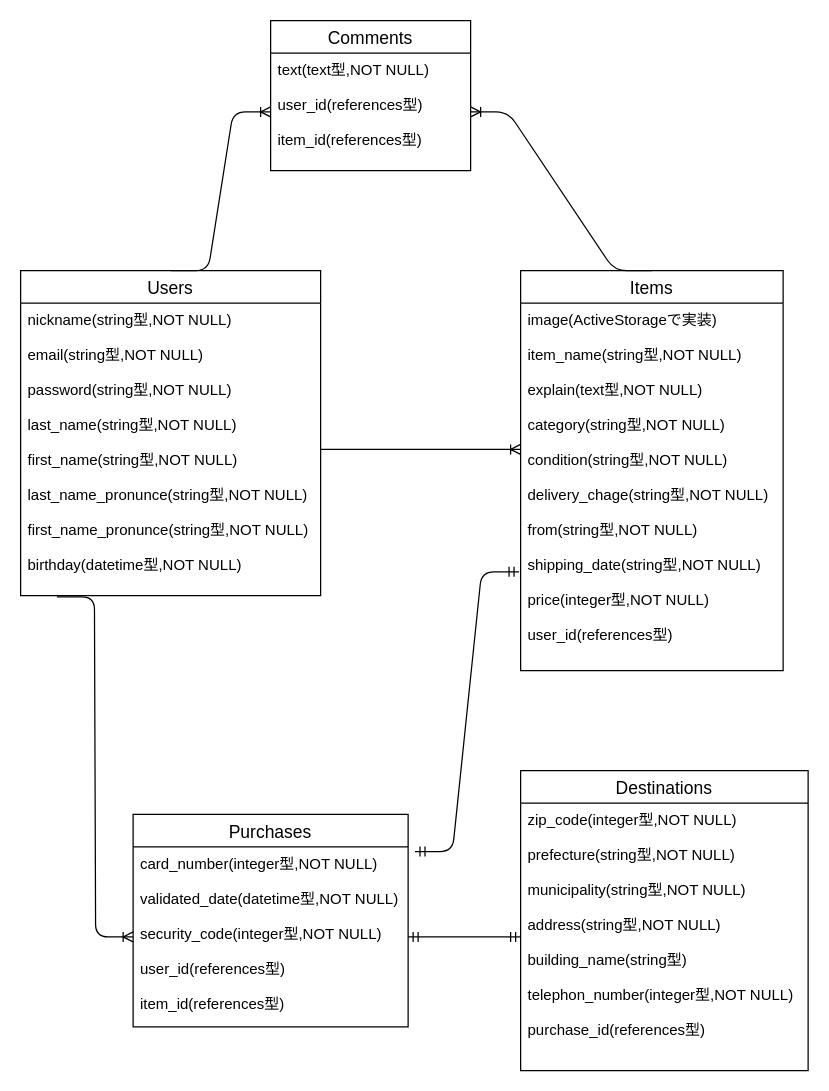
This is furima.dio from mokomoko-ogata/furima-35230, a draw.io file, before an edit. Source tidied: cells renumbered, new cells numbered last; positions are measured from the earlier drawing's top-left corner, leaving out a move shared by most shapes. Both pictures are drawn from the tidied source at 125%, with x=0, y=0 at pixel (20, 20).
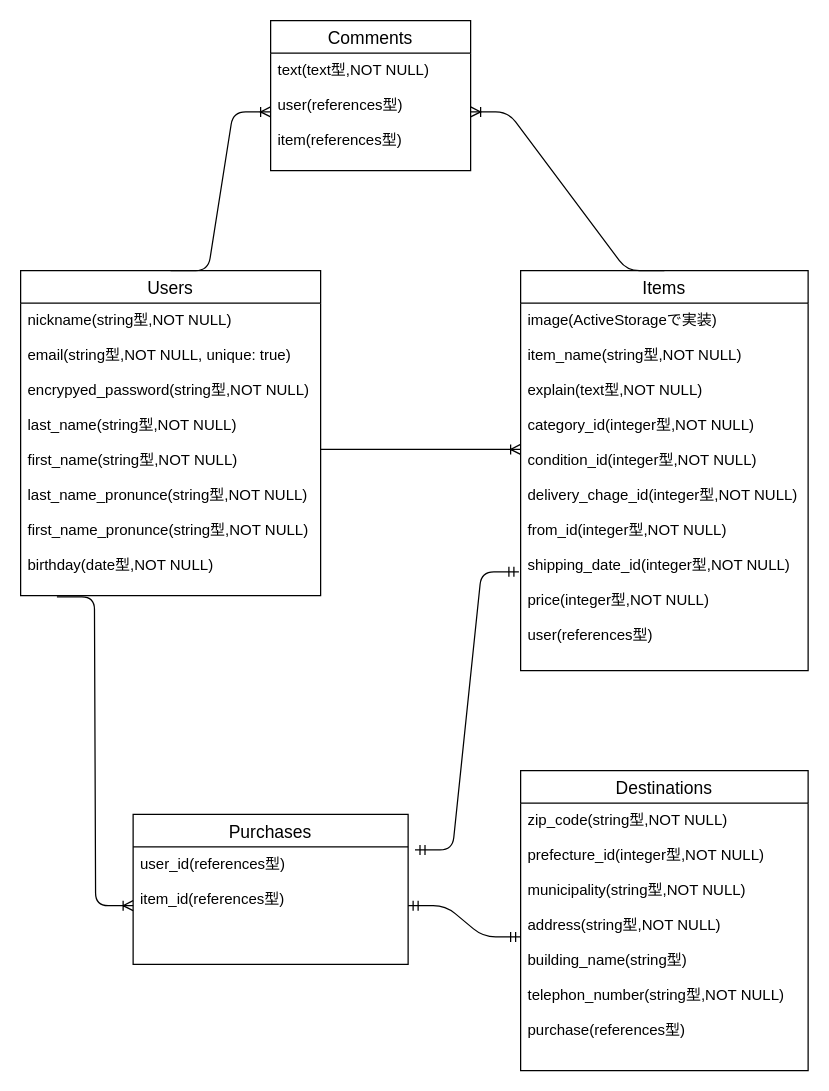
Above is the later version.

Commit message (it also covers changes not shown here):
レビューを受けて各箇所の修正

The edit, as a diff of the source:
```diff
@@
 <mxGraphModel>
   <root>
     <mxCell id="0" />
     <mxCell id="1" parent="0" />
     <mxCell id="2" value="Users" style="swimlane;fontStyle=0;horizontal=1;startSize=26;align=center;fontSize=14;" parent="1" vertex="1">
       <mxGeometry y="200" width="240" height="260" as="geometry" />
     </mxCell>
-    <mxCell id="3" value="nickname(string型,NOT NULL)&#10;&#10;email(string型,NOT NULL)&#10;&#10;password(string型,NOT NULL)&#10;&#10;last_name(string型,NOT NULL)&#10;&#10;first_name(string型,NOT NULL)&#10;&#10;last_name_pronunce(string型,NOT NULL)&#10;&#10;first_name_pronunce(string型,NOT NULL)&#10;&#10;birthday(datetime型,NOT NULL)" style="text;strokeColor=none;fillColor=none;spacingLeft=4;spacingRight=4;overflow=hidden;points=[[0,0.5],[1,0.5]];portConstraint=eastwest;fontSize=12;" parent="2" vertex="1">
+    <mxCell id="3" value="nickname(string型,NOT NULL)&#10;&#10;email(string型,NOT NULL, unique: true)&#10;&#10;encrypyed_password(string型,NOT NULL)&#10;&#10;last_name(string型,NOT NULL)&#10;&#10;first_name(string型,NOT NULL)&#10;&#10;last_name_pronunce(string型,NOT NULL)&#10;&#10;first_name_pronunce(string型,NOT NULL)&#10;&#10;birthday(date型,NOT NULL)" style="text;strokeColor=none;fillColor=none;spacingLeft=4;spacingRight=4;overflow=hidden;points=[[0,0.5],[1,0.5]];portConstraint=eastwest;fontSize=12;" parent="2" vertex="1">
       <mxGeometry y="26" width="240" height="234" as="geometry" />
     </mxCell>
     <mxCell id="4" value="Items" style="swimlane;fontStyle=0;horizontal=1;startSize=26;align=center;fontSize=14;" parent="1" vertex="1">
-      <mxGeometry x="400" y="200" width="210" height="320" as="geometry" />
+      <mxGeometry x="400" y="200" width="230" height="320" as="geometry" />
     </mxCell>
-    <mxCell id="5" value="image(ActiveStorageで実装)&#10;&#10;item_name(string型,NOT NULL)&#10;&#10;explain(text型,NOT NULL)&#10;&#10;category(string型,NOT NULL)&#10;&#10;condition(string型,NOT NULL)&#10;&#10;delivery_chage(string型,NOT NULL)&#10;&#10;from(string型,NOT NULL)&#10;&#10;shipping_date(string型,NOT NULL)&#10;&#10;price(integer型,NOT NULL)&#10;&#10;user_id(references型)" style="text;strokeColor=none;fillColor=none;spacingLeft=4;spacingRight=4;overflow=hidden;points=[[0,0.5],[1,0.5]];portConstraint=eastwest;fontSize=12;" parent="4" vertex="1">
-      <mxGeometry y="26" width="210" height="294" as="geometry" />
+    <mxCell id="5" value="image(ActiveStorageで実装)&#10;&#10;item_name(string型,NOT NULL)&#10;&#10;explain(text型,NOT NULL)&#10;&#10;category_id(integer型,NOT NULL)&#10;&#10;condition_id(integer型,NOT NULL)&#10;&#10;delivery_chage_id(integer型,NOT NULL)&#10;&#10;from_id(integer型,NOT NULL)&#10;&#10;shipping_date_id(integer型,NOT NULL)&#10;&#10;price(integer型,NOT NULL)&#10;&#10;user(references型)" style="text;strokeColor=none;fillColor=none;spacingLeft=4;spacingRight=4;overflow=hidden;points=[[0,0.5],[1,0.5]];portConstraint=eastwest;fontSize=12;" parent="4" vertex="1">
+      <mxGeometry y="26" width="230" height="294" as="geometry" />
     </mxCell>
     <mxCell id="6" value="Purchases" style="swimlane;fontStyle=0;horizontal=1;startSize=26;align=center;fontSize=14;" parent="1" vertex="1">
-      <mxGeometry x="90" y="635" width="220" height="170" as="geometry" />
+      <mxGeometry x="90" y="635" width="220" height="120" as="geometry" />
     </mxCell>
-    <mxCell id="7" value="card_number(integer型,NOT NULL)&#10;&#10;validated_date(datetime型,NOT NULL)&#10;&#10;security_code(integer型,NOT NULL)&#10;&#10;user_id(references型)&#10;&#10;item_id(references型)" style="text;strokeColor=none;fillColor=none;spacingLeft=4;spacingRight=4;overflow=hidden;points=[[0,0.5],[1,0.5]];portConstraint=eastwest;fontSize=12;" parent="6" vertex="1">
-      <mxGeometry y="26" width="220" height="144" as="geometry" />
+    <mxCell id="7" value="user_id(references型)&#10;&#10;item_id(references型)" style="text;strokeColor=none;fillColor=none;spacingLeft=4;spacingRight=4;overflow=hidden;points=[[0,0.5],[1,0.5]];portConstraint=eastwest;fontSize=12;" parent="6" vertex="1">
+      <mxGeometry y="26" width="220" height="94" as="geometry" />
     </mxCell>
     <mxCell id="8" value="Destinations" style="swimlane;fontStyle=0;horizontal=1;startSize=26;align=center;fontSize=14;" parent="1" vertex="1">
       <mxGeometry x="400" y="600" width="230" height="240" as="geometry" />
     </mxCell>
-    <mxCell id="9" value="zip_code(integer型,NOT NULL)&#10;&#10;prefecture(string型,NOT NULL)&#10;&#10;municipality(string型,NOT NULL)&#10;&#10;address(string型,NOT NULL)&#10;&#10;building_name(string型)&#10;&#10;telephon_number(integer型,NOT NULL)&#10;&#10;purchase_id(references型)" style="text;strokeColor=none;fillColor=none;spacingLeft=4;spacingRight=4;overflow=hidden;points=[[0,0.5],[1,0.5]];portConstraint=eastwest;fontSize=12;" parent="8" vertex="1">
+    <mxCell id="9" value="zip_code(string型,NOT NULL)&#10;&#10;prefecture_id(integer型,NOT NULL)&#10;&#10;municipality(string型,NOT NULL)&#10;&#10;address(string型,NOT NULL)&#10;&#10;building_name(string型)&#10;&#10;telephon_number(string型,NOT NULL)&#10;&#10;purchase(references型)" style="text;strokeColor=none;fillColor=none;spacingLeft=4;spacingRight=4;overflow=hidden;points=[[0,0.5],[1,0.5]];portConstraint=eastwest;fontSize=12;" parent="8" vertex="1">
       <mxGeometry y="26" width="230" height="214" as="geometry" />
     </mxCell>
     <mxCell id="10" value="Comments" style="swimlane;fontStyle=0;horizontal=1;startSize=26;align=center;fontSize=14;" parent="1" vertex="1">
       <mxGeometry x="200" width="160" height="120" as="geometry" />
     </mxCell>
-    <mxCell id="11" value="text(text型,NOT NULL)&#10;&#10;user_id(references型)&#10;&#10;item_id(references型)" style="text;strokeColor=none;fillColor=none;spacingLeft=4;spacingRight=4;overflow=hidden;points=[[0,0.5],[1,0.5]];portConstraint=eastwest;fontSize=12;" parent="10" vertex="1">
+    <mxCell id="11" value="text(text型,NOT NULL)&#10;&#10;user(references型)&#10;&#10;item(references型)" style="text;strokeColor=none;fillColor=none;spacingLeft=4;spacingRight=4;overflow=hidden;points=[[0,0.5],[1,0.5]];portConstraint=eastwest;fontSize=12;" parent="10" vertex="1">
       <mxGeometry y="26" width="160" height="94" as="geometry" />
     </mxCell>
     <mxCell id="12" style="edgeStyle=entityRelationEdgeStyle;fontSize=12;html=1;endArrow=ERoneToMany;exitX=1;exitY=0.5;exitDx=0;exitDy=0;entryX=0;entryY=0.398;entryDx=0;entryDy=0;entryPerimeter=0;" parent="1" edge="1" source="3" target="5">
       <mxGeometry relative="1" as="geometry" />
     </mxCell>
     <mxCell id="13" style="edgeStyle=entityRelationEdgeStyle;fontSize=12;html=1;endArrow=ERoneToMany;exitX=0.5;exitY=0;exitDx=0;exitDy=0;entryX=0;entryY=0.5;entryDx=0;entryDy=0;" parent="1" edge="1" source="2" target="11">
       <mxGeometry relative="1" as="geometry" />
     </mxCell>
     <mxCell id="14" style="edgeStyle=entityRelationEdgeStyle;fontSize=12;html=1;endArrow=ERoneToMany;exitX=0.5;exitY=0;exitDx=0;exitDy=0;entryX=1;entryY=0.5;entryDx=0;entryDy=0;" parent="1" edge="1" source="4" target="11">
       <mxGeometry relative="1" as="geometry" />
     </mxCell>
     <mxCell id="15" style="edgeStyle=entityRelationEdgeStyle;fontSize=12;html=1;endArrow=ERoneToMany;entryX=0;entryY=0.5;entryDx=0;entryDy=0;exitX=0.121;exitY=1.004;exitDx=0;exitDy=0;exitPerimeter=0;" parent="1" edge="1" source="3" target="7">
       <mxGeometry relative="1" as="geometry" />
     </mxCell>
     <mxCell id="16" style="edgeStyle=entityRelationEdgeStyle;fontSize=12;html=1;endArrow=ERmandOne;startArrow=ERmandOne;entryX=0;entryY=0.5;entryDx=0;entryDy=0;exitX=1;exitY=0.5;exitDx=0;exitDy=0;" parent="1" edge="1" source="7" target="9">
       <mxGeometry relative="1" as="geometry" />
     </mxCell>
     <mxCell id="17" style="edgeStyle=entityRelationEdgeStyle;fontSize=12;html=1;endArrow=ERmandOne;startArrow=ERmandOne;entryX=-0.006;entryY=0.731;entryDx=0;entryDy=0;entryPerimeter=0;exitX=1.025;exitY=0.026;exitDx=0;exitDy=0;exitPerimeter=0;" parent="1" edge="1" source="7" target="5">
       <mxGeometry relative="1" as="geometry" />
     </mxCell>
   </root>
 </mxGraphModel>
```
